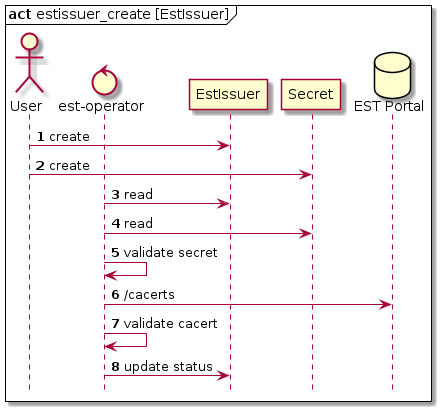
Above: docs/images/act-estissuer.png in mitre/est-operator (PlantUML), before the change.
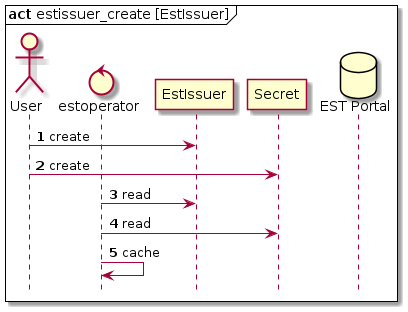
The same diagram one commit later.

Change to the diagram source:
```diff
@@ -3,7 +3,7 @@
 autonumber
 mainframe **act** estissuer_create [EstIssuer]
 actor User
-control "est-operator" as estoperator
+control "estoperator" as estoperator
 participant EstIssuer
 participant Secret
 database "EST Portal" as estportal
@@ -11,8 +11,5 @@
 User -> Secret : create
 estoperator -> EstIssuer : read
 estoperator -> Secret : read
-estoperator -> estoperator : validate secret
-estoperator -> estportal : /cacerts
-estoperator -> estoperator : validate cacert
-estoperator -> EstIssuer : update status
+estoperator -> estoperator : cache
 @enduml
```
